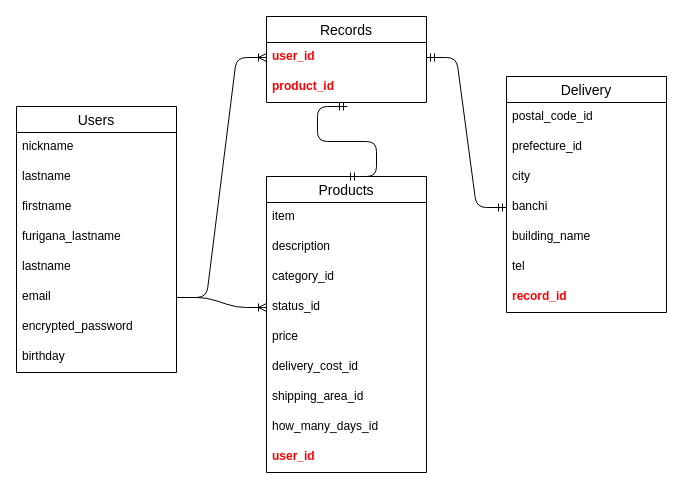
This is ER.dio from bbi888885/furima-28118, a draw.io file, before an edit. Source tidied: cells renumbered, new cells numbered last; positions are measured from the earlier drawing's top-left corner, leaving out a move shared by most shapes. Both pictures are drawn from the tidied source at 100%, with x=0, y=0 at pixel (16, 16).
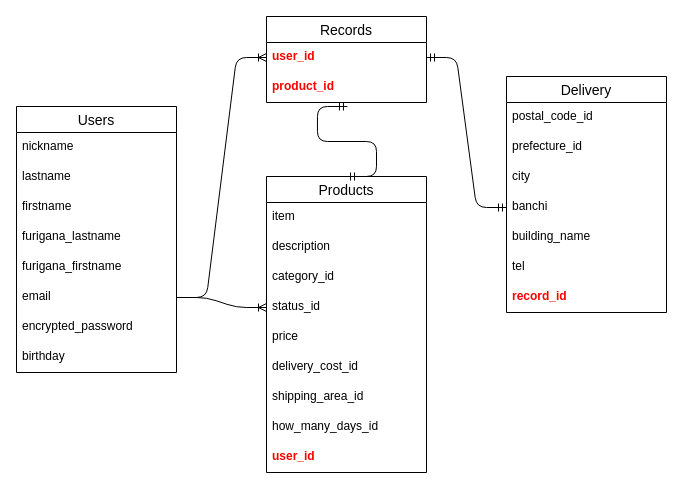
The same diagram, later.

Commit message (it also covers changes not shown here):
メンターのコメントに沿って、Readmeを修正

詳細はGithub webにて参考

The change refers to these unchanged cells:
```xml
<mxCell id="3" value="Users" style="swimlane;fontStyle=0;horizontal=1;startSize=26;align=center;fontSize=14;" parent="1" vertex="1">
  <mxGeometry y="90" width="160" height="266" as="geometry" />
</mxCell>
```

The edit, as a diff of the source:
```diff
@@
-    <mxCell id="8" value="lastname" style="text;strokeColor=none;fillColor=none;spacingLeft=4;spacingRight=4;overflow=hidden;fontSize=12;" parent="3" vertex="1">
+    <mxCell id="8" value="furigana_firstname" style="text;strokeColor=none;fillColor=none;spacingLeft=4;spacingRight=4;overflow=hidden;fontSize=12;" parent="3" vertex="1">
       <mxGeometry y="146" width="160" height="30" as="geometry" />
     </mxCell>
```
